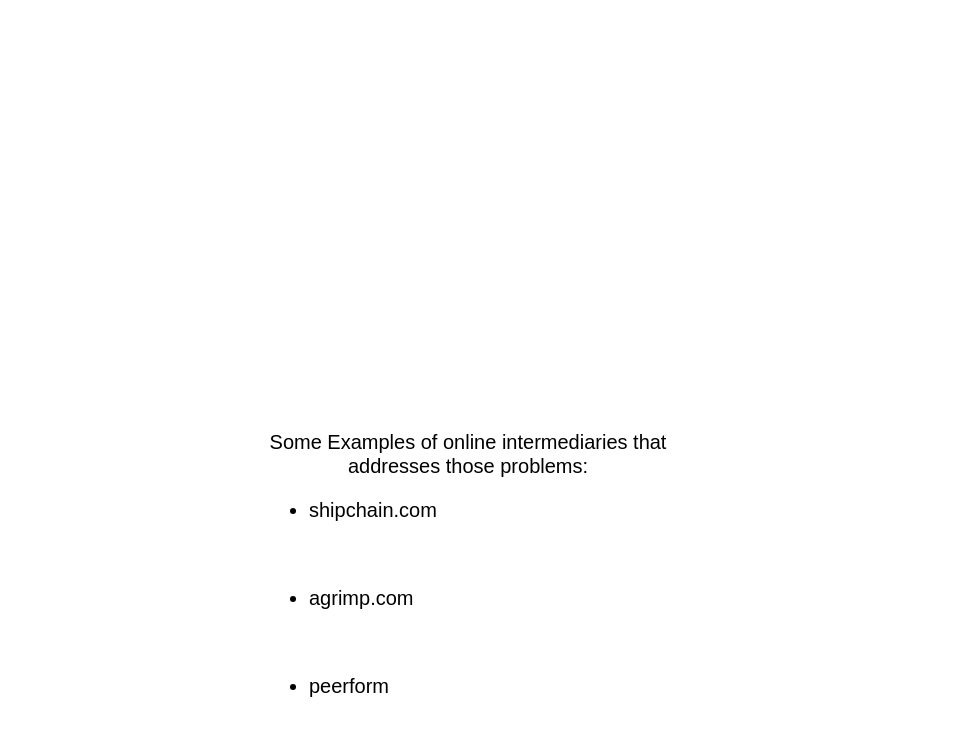
joselara112/diagrams keeps this draw.io diagram as page "Page-7" (8 of 8) of supply_chain_diagram.drawio. Above is the earlier version. Source tidied: cells renumbered, new cells numbered last; positions are measured from the earlier drawing's top-left corner, leaving out a move shared by most shapes. Both pictures are drawn from the tidied source at 100%, with x=0, y=0 at pixel (268, 481).
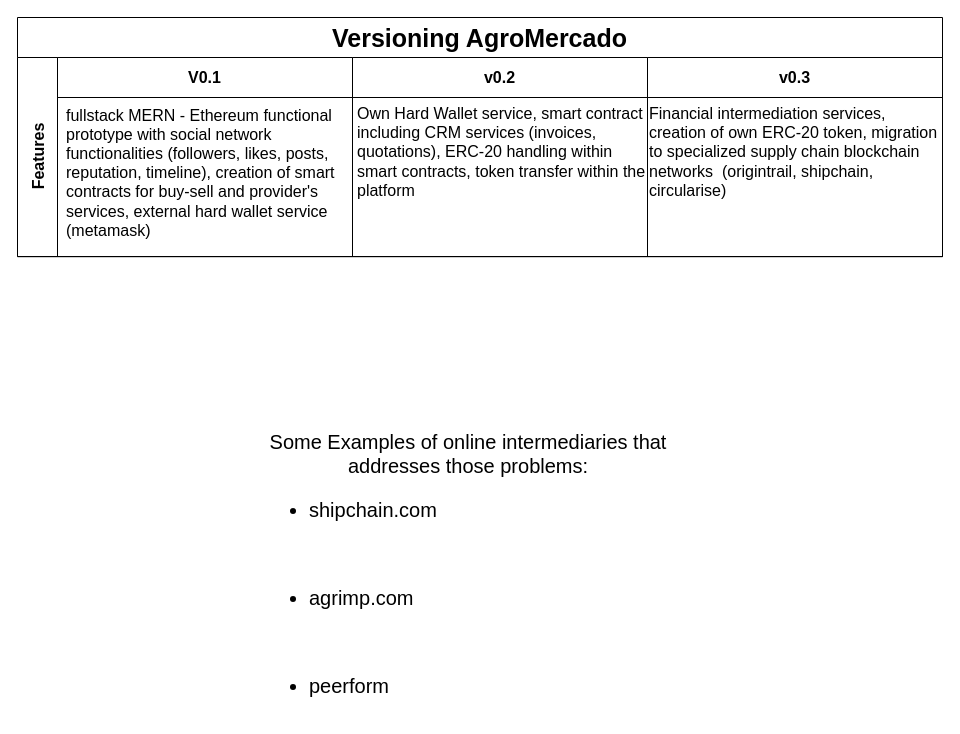
Above is the later version.

Change to the diagram source:
```diff
@@
 <mxGraphModel>
   <root>
     <mxCell id="0" />
     <mxCell id="1" parent="0" />
     <mxCell id="2" value="&lt;font style=&quot;font-size: 20px&quot;&gt;Some Examples of online intermediaries that addresses those problems:&lt;br&gt;&lt;div style=&quot;text-align: left&quot;&gt;&lt;ul&gt;&lt;li&gt;&lt;div style=&quot;text-align: left&quot;&gt;shipchain.com&lt;/div&gt;&lt;/li&gt;&lt;/ul&gt;&lt;div&gt;&lt;br&gt;&lt;/div&gt;&lt;ul&gt;&lt;li&gt;&lt;font style=&quot;font-size: 20px&quot;&gt;&lt;div style=&quot;text-align: left&quot;&gt;&lt;span&gt;agrimp.com&lt;/span&gt;&lt;/div&gt;&lt;/font&gt;&lt;/li&gt;&lt;/ul&gt;&lt;div&gt;&lt;br&gt;&lt;/div&gt;&lt;ul&gt;&lt;li&gt;&lt;font style=&quot;font-size: 20px&quot;&gt;&lt;div style=&quot;text-align: left&quot;&gt;peerform&lt;/div&gt;&lt;/font&gt;&lt;/li&gt;&lt;/ul&gt;&lt;/div&gt;&lt;/font&gt;" style="text;html=1;strokeColor=none;fillColor=none;align=center;verticalAlign=middle;whiteSpace=wrap;rounded=0;" parent="1" vertex="1">
       <mxGeometry width="400" height="183" as="geometry" />
     </mxCell>
+    <mxCell id="3" value="Versioning AgroMercado" style="shape=table;childLayout=tableLayout;rowLines=0;columnLines=0;startSize=40;html=1;whiteSpace=wrap;fontStyle=1;align=center;strokeColor=#000000;strokeWidth=1;fillColor=#ffffff;fontSize=25;" parent="1" vertex="1">
+      <mxGeometry x="-251" y="-464" width="925" height="239.2" as="geometry" />
+    </mxCell>
+    <mxCell id="4" value="&lt;font style=&quot;font-size: 16px&quot;&gt;Features&lt;/font&gt;" style="swimlane;horizontal=0;startSize=40;html=1;whiteSpace=wrap;fontStyle=1;" parent="3" vertex="1">
+      <mxGeometry y="40" width="925" height="199" as="geometry" />
+    </mxCell>
+    <mxCell id="5" value="&lt;font style=&quot;font-size: 16px&quot;&gt;V0.1&lt;/font&gt;" style="swimlane;startSize=40;html=1;whiteSpace=wrap;" parent="4" vertex="1">
+      <mxGeometry x="40" width="295" height="199" as="geometry" />
+    </mxCell>
+    <mxCell id="6" value="fullstack MERN - Ethereum functional prototype with social network functionalities (followers, likes, posts, reputation, timeline), creation of smart contracts for buy-sell and provider's services, external hard wallet service (metamask)" style="text;strokeColor=none;fillColor=none;align=left;verticalAlign=bottom;whiteSpace=wrap;rounded=0;fontSize=16;spacing=1;horizontal=1;" parent="5" vertex="1">
+      <mxGeometry x="8" y="133" width="291" height="51" as="geometry" />
+    </mxCell>
+    <mxCell id="7" value="&lt;font style=&quot;font-size: 16px&quot;&gt;v0.2&lt;/font&gt;" style="swimlane;startSize=40;html=1;whiteSpace=wrap;" parent="4" vertex="1">
+      <mxGeometry x="335" width="295" height="199" as="geometry" />
+    </mxCell>
+    <mxCell id="8" value="Own Hard Wallet service, smart contract including CRM services (invoices, quotations), ERC-20 handling within smart contracts, token transfer within the platform" style="text;strokeColor=none;fillColor=none;align=left;verticalAlign=bottom;whiteSpace=wrap;rounded=0;fontSize=16;spacing=1;horizontal=1;" parent="7" vertex="1">
+      <mxGeometry x="4" y="93" width="291" height="51" as="geometry" />
+    </mxCell>
+    <mxCell id="9" value="&lt;font style=&quot;font-size: 16px&quot;&gt;v0.3&lt;/font&gt;" style="swimlane;startSize=40;html=1;whiteSpace=wrap;" parent="4" vertex="1">
+      <mxGeometry x="630" width="295" height="199" as="geometry" />
+    </mxCell>
+    <mxCell id="10" value="Financial intermediation services, creation of own ERC-20 token, migration to specialized supply chain blockchain networks  (origintrail, shipchain, circularise)" style="text;strokeColor=none;fillColor=none;align=left;verticalAlign=bottom;whiteSpace=wrap;rounded=0;fontSize=16;spacing=1;horizontal=1;" parent="9" vertex="1">
+      <mxGeometry x="1" y="93" width="291" height="51" as="geometry" />
+    </mxCell>
   </root>
 </mxGraphModel>
```
